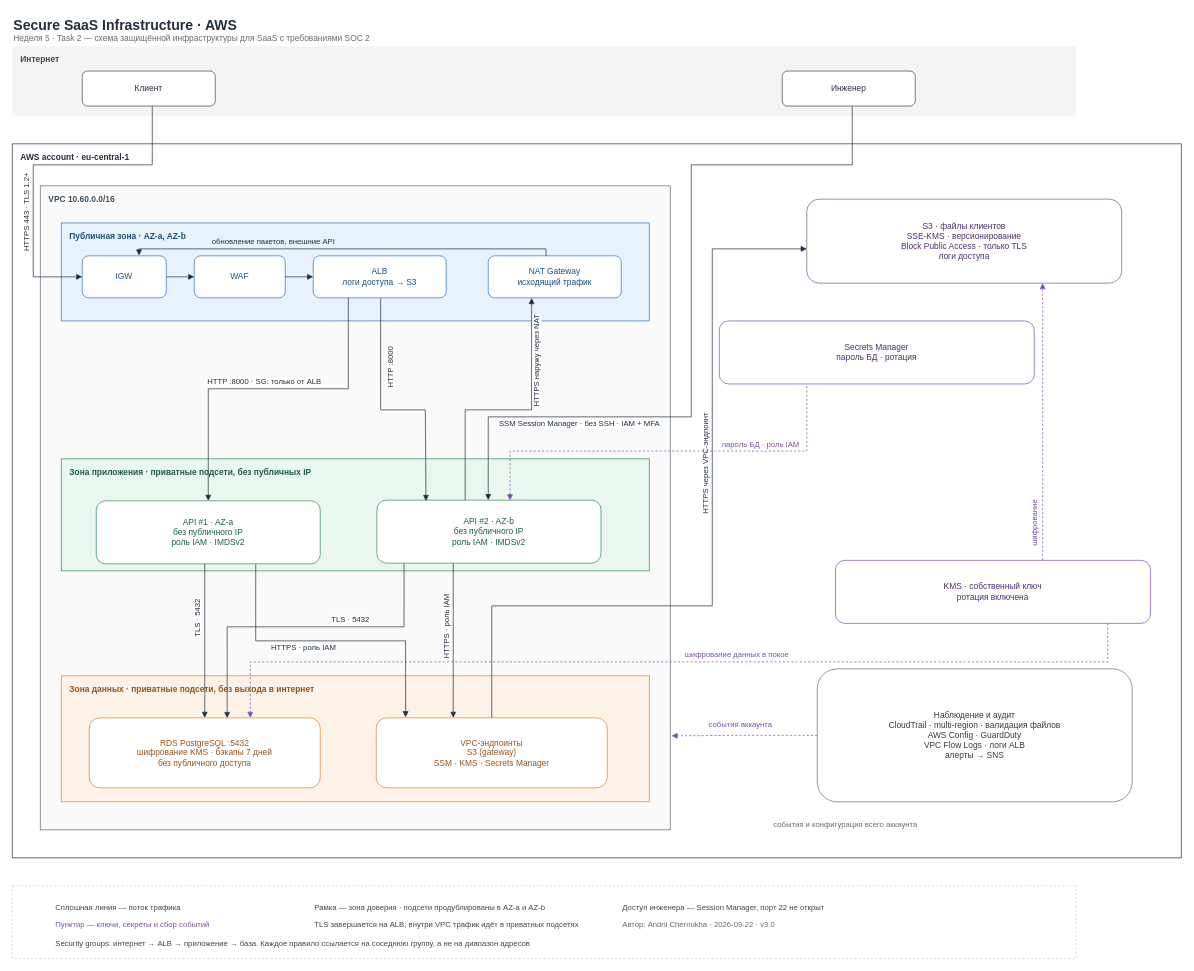
Above: docs/diagram/secure-saas-wide.drawio in actimel33/secure-saas-infra (draw.io), before the change. Source tidied: cells renumbered, new cells numbered last; positions are measured from the earlier drawing's top-left corner, leaving out a move shared by most shapes. Both pictures are drawn from the tidied source at 70%, with x=0, y=0 at pixel (12, 12).
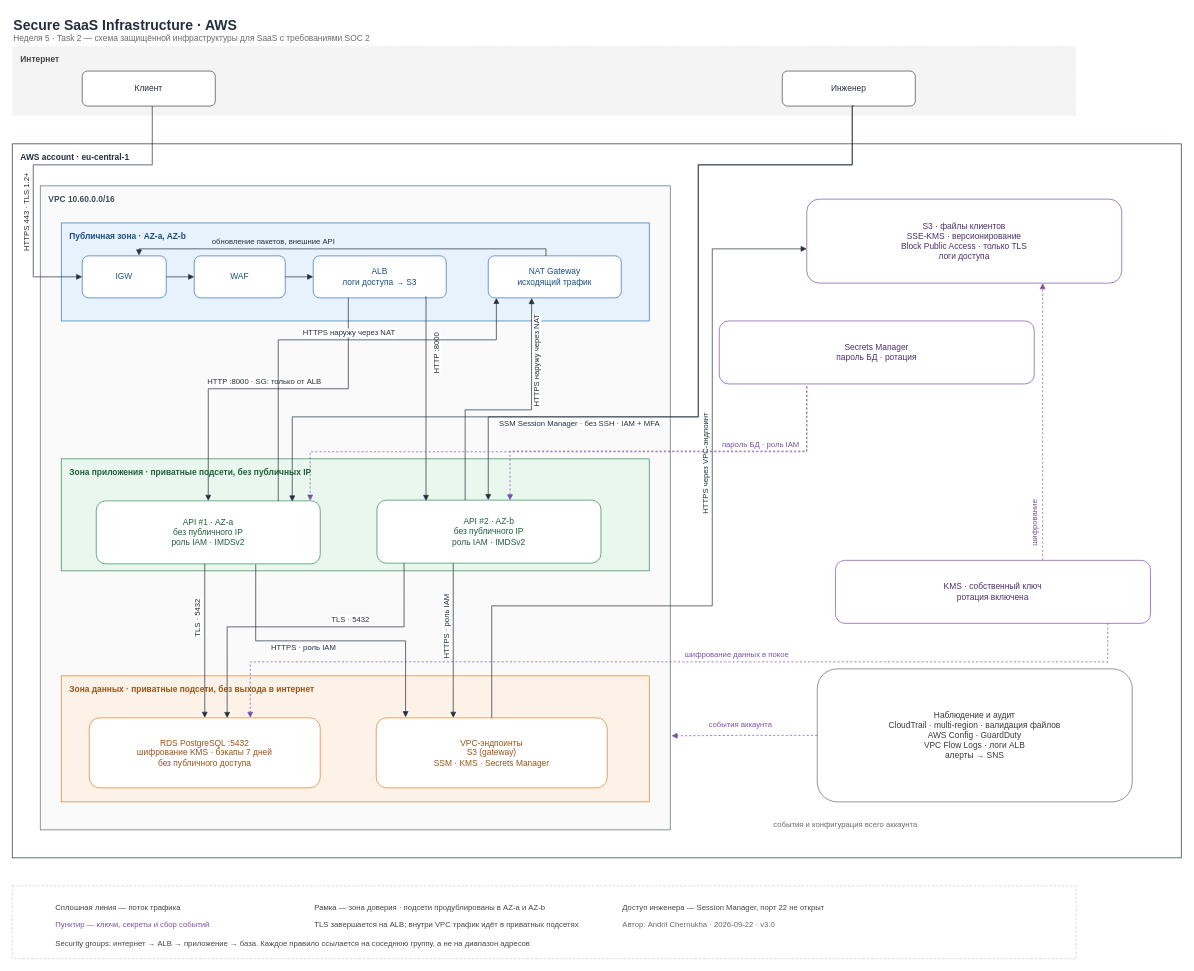
The same diagram, later.

Unchanged cells that the change refers to:
```xml
<mxCell id="10" value="Инженер" style="rounded=1;whiteSpace=wrap;html=1;fillColor=#FFFFFF;strokeColor=#454545;fontColor=#232F3E;fontSize=12;" parent="1" vertex="1">
  <mxGeometry x="1100" y="84" width="190" height="50" as="geometry" />
</mxCell>
<mxCell id="13" value="ALB&#10;логи доступа → S3" style="rounded=1;whiteSpace=wrap;html=1;fillColor=#FFFFFF;strokeColor=#2E73B8;fontColor=#1B4F82;fontSize=12;" parent="1" vertex="1">
  <mxGeometry x="430" y="348" width="190" height="60" as="geometry" />
</mxCell>
<mxCell id="15" value="API #1 · AZ-a&#10;без публичного IP&#10;роль IAM · IMDSv2" style="rounded=1;whiteSpace=wrap;html=1;fillColor=#FFFFFF;strokeColor=#2E8B57;fontColor=#1E5E3A;fontSize=12;" parent="1" vertex="1">
  <mxGeometry x="120" y="698" width="320" height="90" as="geometry" />
</mxCell>
<mxCell id="16" value="API #2 · AZ-b&#10;без публичного IP&#10;роль IAM · IMDSv2" style="rounded=1;whiteSpace=wrap;html=1;fillColor=#FFFFFF;strokeColor=#2E8B57;fontColor=#1E5E3A;fontSize=12;" parent="1" vertex="1">
  <mxGeometry x="521" y="697" width="320" height="90" as="geometry" />
</mxCell>
```

Diff of the diagram source:
```diff
@@
-    <mxCell id="27" value="HTTP :8000" style="edgeStyle=orthogonalEdgeStyle;rounded=0;html=1;endArrow=block;endFill=1;strokeColor=#232F3E;dashed=0;fontSize=11;fontColor=#232F3E;labelBackgroundColor=#FFFFFF;horizontal=0;entryX=0.219;entryY=0.013;entryDx=0;entryDy=0;entryPerimeter=0;exitX=0.507;exitY=1.006;exitDx=0;exitDy=0;exitPerimeter=0;" parent="1" edge="1" source="13" target="16">
+    <mxCell id="27" value="HTTP :8000" style="edgeStyle=orthogonalEdgeStyle;rounded=0;html=1;endArrow=block;endFill=1;strokeColor=#232F3E;dashed=0;fontSize=11;fontColor=#232F3E;labelBackgroundColor=#FFFFFF;horizontal=0;entryX=0.219;entryY=0.013;entryDx=0;entryDy=0;entryPerimeter=0;" parent="1" edge="1" target="16">
       <mxGeometry x="-0.44" y="14" relative="1" as="geometry">
+        <mxPoint x="590" y="406.6" as="sourcePoint" />
         <Array as="points">
-          <mxPoint x="526.3" y="568.1" />
-          <mxPoint x="590.1" y="568.1" />
+          <mxPoint x="591.1" y="406.6" />
         </Array>
       </mxGeometry>
     </mxCell>
@@
     <mxCell id="32" value="SSM Session Manager · без SSH · IAM + MFA" style="edgeStyle=orthogonalEdgeStyle;rounded=0;html=1;endArrow=block;endFill=1;strokeColor=#232F3E;dashed=0;fontSize=11;fontColor=#232F3E;labelBackgroundColor=#FFFFFF;horizontal=1;" parent="1" edge="1" source="10" target="16">
       <mxGeometry x="0.54" y="10" relative="1" as="geometry">
         <Array as="points">
           <mxPoint x="1200" y="218" />
-          <mxPoint x="970" y="218" />
-          <mxPoint x="970" y="578" />
+          <mxPoint x="980" y="218" />
+          <mxPoint x="980" y="578" />
           <mxPoint x="680" y="578" />
         </Array>
       </mxGeometry>
     </mxCell>
@@
+    <mxCell id="50" value="HTTPS наружу через NAT" style="edgeStyle=orthogonalEdgeStyle;rounded=0;html=1;endArrow=block;endFill=1;strokeColor=#232F3E;dashed=0;fontSize=11;fontColor=#232F3E;labelBackgroundColor=#FFFFFF;horizontal=1;" parent="1" edge="1">
+      <mxGeometry x="0.1" y="10" relative="1" as="geometry">
+        <mxPoint x="380" y="698.4" as="sourcePoint" />
+        <mxPoint x="691.6" y="408" as="targetPoint" />
+        <Array as="points">
+          <mxPoint x="380" y="698.4" />
+          <mxPoint x="380" y="468" />
+          <mxPoint x="691.6" y="468" />
+        </Array>
+      </mxGeometry>
+    </mxCell>
+    <mxCell id="51" style="edgeStyle=orthogonalEdgeStyle;rounded=0;html=1;endArrow=block;endFill=1;strokeColor=#232F3E;dashed=0;fontSize=11;fontColor=#232F3E;labelBackgroundColor=#FFFFFF;horizontal=1;exitX=0.539;exitY=0.993;exitDx=0;exitDy=0;exitPerimeter=0;" parent="1" edge="1" source="10">
+      <mxGeometry x="0.54" y="10" relative="1" as="geometry">
+        <mxPoint x="400" y="699" as="targetPoint" />
+        <Array as="points">
+          <mxPoint x="1200" y="133.7" />
+          <mxPoint x="1200" y="218" />
+          <mxPoint x="980" y="218" />
+          <mxPoint x="980" y="578" />
+          <mxPoint x="400" y="578" />
+          <mxPoint x="400" y="699" />
+        </Array>
+      </mxGeometry>
+    </mxCell>
+    <mxCell id="52" style="edgeStyle=orthogonalEdgeStyle;rounded=0;html=1;endArrow=block;endFill=1;strokeColor=#7B4FA8;dashed=1;fontSize=11;fontColor=#7B4FA8;labelBackgroundColor=#FFFFFF;horizontal=1;exitX=0.278;exitY=1.035;exitDx=0;exitDy=0;exitPerimeter=0;entryX=0.955;entryY=-0.002;entryDx=0;entryDy=0;entryPerimeter=0;" parent="1" edge="1" target="15">
+      <mxGeometry y="-10" relative="1" as="geometry">
+        <mxPoint x="1135" y="535" as="sourcePoint" />
+        <Array as="points">
+          <mxPoint x="1135" y="627.9" />
+          <mxPoint x="425.6" y="627.9" />
+        </Array>
+      </mxGeometry>
+    </mxCell>
```
